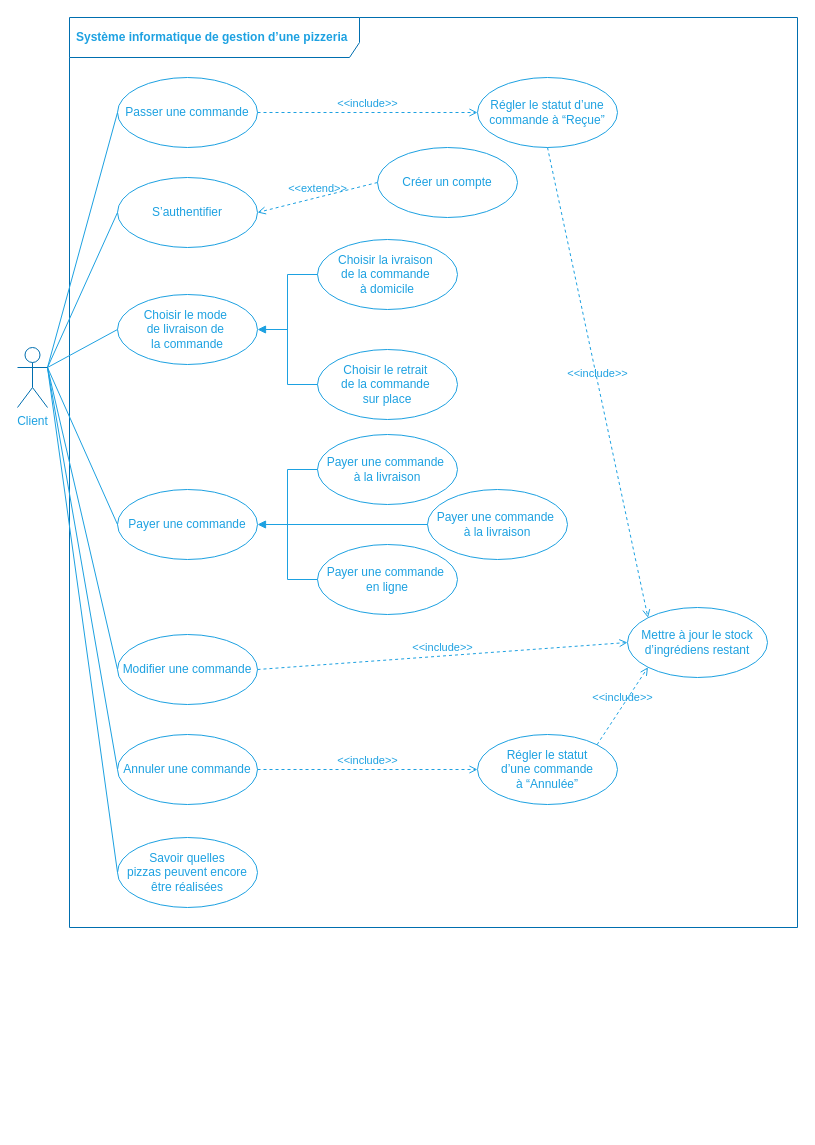
Before: img/figure_use-case-diagram-customer.dio in centvingt/OCPizzaRedaction, a draw.io diagram. Source tidied: cells renumbered, new cells numbered last; positions are measured from the earlier drawing's top-left corner, leaving out a move shared by most shapes. Both pictures are drawn from the tidied source at 100%, with x=0, y=0 at pixel (17, 17).
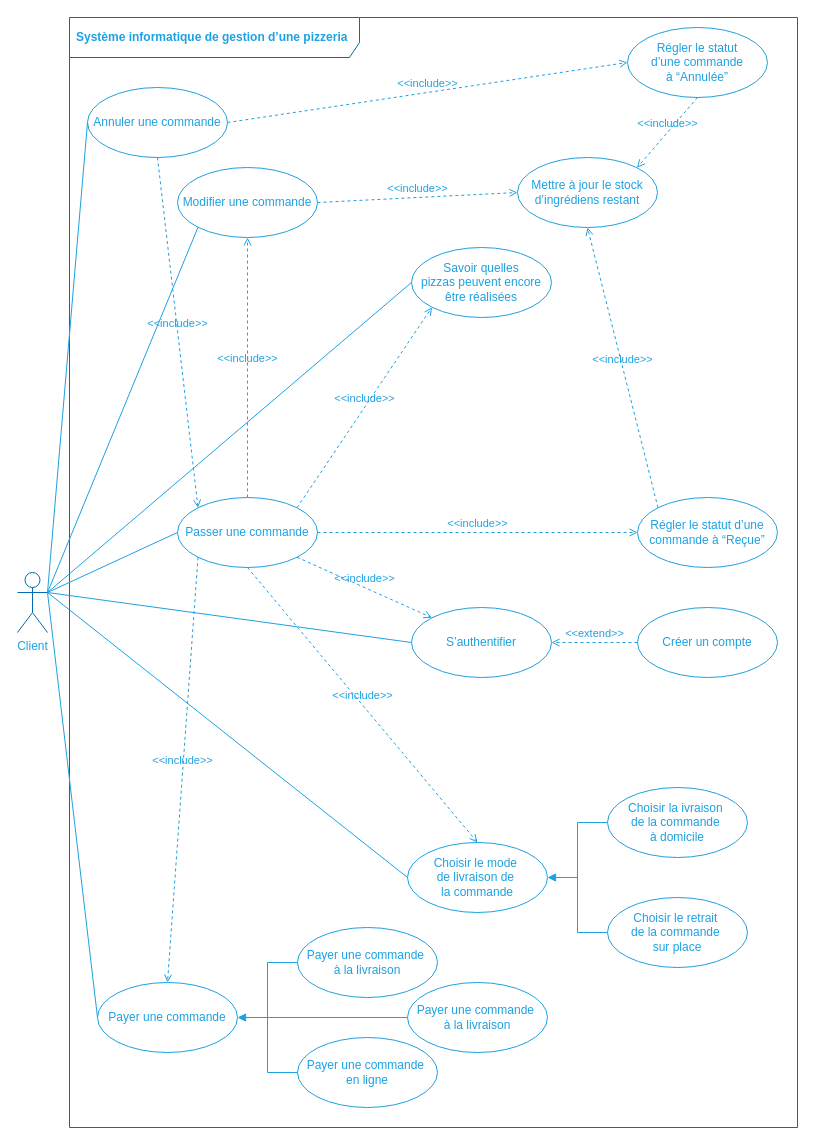
The same diagram, later.

The change refers to these unchanged cells:
```xml
<mxCell id="17" value="&lt;span style=&quot;color: rgb(29 , 161 , 225)&quot;&gt;Choisir le mode&amp;nbsp;&lt;/span&gt;&lt;br style=&quot;color: rgb(29 , 161 , 225)&quot;&gt;&lt;span style=&quot;color: rgb(29 , 161 , 225)&quot;&gt;de livraison de&amp;nbsp;&lt;/span&gt;&lt;br style=&quot;color: rgb(29 , 161 , 225)&quot;&gt;&lt;span style=&quot;color: rgb(29 , 161 , 225)&quot;&gt;la commande&lt;/span&gt;" style="ellipse;whiteSpace=wrap;html=1;fillColor=none;strokeColor=#1DA1E1;" parent="16" vertex="1">
  <mxGeometry y="55" width="140" height="70" as="geometry" />
</mxCell>
<mxCell id="34" value="&lt;font color=&quot;#1da1e1&quot;&gt;Payer une commande&lt;/font&gt;" style="ellipse;whiteSpace=wrap;html=1;fillColor=none;strokeColor=#1DA1E1;" parent="33" vertex="1">
  <mxGeometry y="55" width="140" height="70" as="geometry" />
</mxCell>
```

The edit, as a diff of the source:
```diff
@@
     <mxCell id="2" value="&lt;font color=&quot;#1da1e1&quot;&gt;Système informatique de gestion d’une pizzeria&lt;/font&gt;" style="shape=umlFrame;whiteSpace=wrap;html=1;width=290;height=40;boundedLbl=1;verticalAlign=middle;align=left;spacingLeft=5;strokeColor=#006EAF;fontColor=#ffffff;fillColor=none;fontStyle=1;" parent="1" vertex="1">
-      <mxGeometry x="52" width="728" height="910" as="geometry" />
+      <mxGeometry x="52" width="728" height="1110" as="geometry" />
     </mxCell>
     <mxCell id="3" value="&lt;font color=&quot;#1da1e1&quot;&gt;Mettre à jour le stock d’ingrédiens restant&lt;/font&gt;" style="ellipse;whiteSpace=wrap;html=1;fillColor=none;strokeColor=#1DA1E1;" parent="1" vertex="1">
-      <mxGeometry x="610" y="590" width="140" height="70" as="geometry" />
+      <mxGeometry x="500" y="140" width="140" height="70" as="geometry" />
     </mxCell>
     <mxCell id="4" value="&lt;font color=&quot;#1da1e1&quot;&gt;Régler le statut d’une commande à “Reçue”&lt;/font&gt;" style="ellipse;whiteSpace=wrap;html=1;fillColor=none;strokeColor=#1DA1E1;" parent="1" vertex="1">
-      <mxGeometry x="460" y="60" width="140" height="70" as="geometry" />
+      <mxGeometry x="620" y="480" width="140" height="70" as="geometry" />
     </mxCell>
-    <mxCell id="5" style="edgeStyle=none;rounded=0;jettySize=auto;html=1;exitX=0;exitY=0.5;exitDx=0;exitDy=0;entryX=1;entryY=0.3333333333333333;entryDx=0;entryDy=0;entryPerimeter=0;endArrow=none;endFill=0;strokeColor=#1DA1E1;" parent="1" edge="1" source="6" target="41">
+    <mxCell id="5" style="edgeStyle=none;rounded=0;jettySize=auto;html=1;exitX=0;exitY=1;exitDx=0;exitDy=0;entryX=1;entryY=0.3333333333333333;entryDx=0;entryDy=0;entryPerimeter=0;endArrow=none;endFill=0;strokeColor=#1DA1E1;" parent="1" edge="1" source="6" target="41">
       <mxGeometry relative="1" as="geometry" />
     </mxCell>
     <mxCell id="6" value="&lt;font color=&quot;#1da1e1&quot;&gt;Modifier une commande&lt;/font&gt;" style="ellipse;whiteSpace=wrap;html=1;fillColor=none;strokeColor=#1DA1E1;" parent="1" vertex="1">
-      <mxGeometry x="100" y="617" width="140" height="70" as="geometry" />
+      <mxGeometry x="160" y="150" width="140" height="70" as="geometry" />
     </mxCell>
@@
     <mxCell id="8" value="&lt;font color=&quot;#1da1e1&quot;&gt;Annuler une commande&lt;/font&gt;" style="ellipse;whiteSpace=wrap;html=1;fillColor=none;strokeColor=#1DA1E1;" parent="1" vertex="1">
-      <mxGeometry x="100" y="717" width="140" height="70" as="geometry" />
+      <mxGeometry x="70" y="70" width="140" height="70" as="geometry" />
     </mxCell>
@@
     <mxCell id="10" value="&lt;font color=&quot;#1da1e1&quot;&gt;Passer une commande&lt;/font&gt;" style="ellipse;whiteSpace=wrap;html=1;fillColor=none;strokeColor=#1DA1E1;" parent="1" vertex="1">
-      <mxGeometry x="100" y="60" width="140" height="70" as="geometry" />
+      <mxGeometry x="160" y="480" width="140" height="70" as="geometry" />
     </mxCell>
@@
-    <mxCell id="14" value="&lt;font color=&quot;#1da1e1&quot;&gt;&amp;lt;&amp;lt;include&amp;gt;&amp;gt;&lt;/font&gt;" style="html=1;verticalAlign=bottom;labelBackgroundColor=none;endArrow=open;endFill=0;dashed=1;strokeColor=#1DA1E1;exitX=0.5;exitY=1;exitDx=0;exitDy=0;entryX=0;entryY=0;entryDx=0;entryDy=0;" parent="1" edge="1" source="4" target="3">
+    <mxCell id="14" value="&lt;font color=&quot;#1da1e1&quot;&gt;&amp;lt;&amp;lt;include&amp;gt;&amp;gt;&lt;/font&gt;" style="html=1;verticalAlign=bottom;labelBackgroundColor=none;endArrow=open;endFill=0;dashed=1;strokeColor=#1DA1E1;exitX=0;exitY=0;exitDx=0;exitDy=0;entryX=0.5;entryY=1;entryDx=0;entryDy=0;" parent="1" edge="1" source="4" target="3">
       <mxGeometry relative="1" as="geometry" />
     </mxCell>
@@
     <mxCell id="16" style="group;" parent="1" vertex="1">
-      <mxGeometry x="100" y="222" width="340" height="180" as="geometry" />
+      <mxGeometry x="390" y="770" width="340" height="180" as="geometry" />
     </mxCell>
@@
     <mxCell id="23" value="&lt;font color=&quot;#1da1e1&quot;&gt;Régler le statut &lt;br&gt;d’une commande &lt;br&gt;à “Annulée”&lt;/font&gt;" style="ellipse;whiteSpace=wrap;html=1;fillColor=none;strokeColor=#1DA1E1;" parent="1" vertex="1">
-      <mxGeometry x="460" y="717" width="140" height="70" as="geometry" />
+      <mxGeometry x="610" y="10" width="140" height="70" as="geometry" />
     </mxCell>
@@
-    <mxCell id="25" value="&lt;font color=&quot;#1da1e1&quot;&gt;&amp;lt;&amp;lt;include&amp;gt;&amp;gt;&lt;/font&gt;" style="html=1;verticalAlign=bottom;labelBackgroundColor=none;endArrow=open;endFill=0;dashed=1;strokeColor=#1DA1E1;exitX=1;exitY=0;exitDx=0;exitDy=0;entryX=0;entryY=1;entryDx=0;entryDy=0;" parent="1" edge="1" source="23" target="3">
+    <mxCell id="25" value="&lt;font color=&quot;#1da1e1&quot;&gt;&amp;lt;&amp;lt;include&amp;gt;&amp;gt;&lt;/font&gt;" style="html=1;verticalAlign=bottom;labelBackgroundColor=none;endArrow=open;endFill=0;dashed=1;strokeColor=#1DA1E1;exitX=0.5;exitY=1;exitDx=0;exitDy=0;entryX=1;entryY=0;entryDx=0;entryDy=0;" parent="1" edge="1" source="23" target="3">
       <mxGeometry relative="1" as="geometry" />
     </mxCell>
@@
     <mxCell id="27" value="&lt;font color=&quot;#1da1e1&quot;&gt;Créer un compte&lt;/font&gt;" style="ellipse;whiteSpace=wrap;html=1;fillColor=none;strokeColor=#1DA1E1;" parent="1" vertex="1">
-      <mxGeometry x="360" y="130" width="140" height="70" as="geometry" />
+      <mxGeometry x="620" y="590" width="140" height="70" as="geometry" />
     </mxCell>
@@
     <mxCell id="29" value="&lt;font color=&quot;#1da1e1&quot;&gt;S’authentifier&lt;/font&gt;" style="ellipse;whiteSpace=wrap;html=1;fillColor=none;strokeColor=#1DA1E1;" parent="1" vertex="1">
-      <mxGeometry x="100" y="160" width="140" height="70" as="geometry" />
+      <mxGeometry x="394" y="590" width="140" height="70" as="geometry" />
     </mxCell>
@@
     <mxCell id="32" value="&lt;font color=&quot;#1da1e1&quot;&gt;Savoir quelles &lt;br&gt;pizzas peuvent encore être réalisées&lt;br&gt;&lt;/font&gt;" style="ellipse;whiteSpace=wrap;html=1;fillColor=none;strokeColor=#1DA1E1;" parent="1" vertex="1">
-      <mxGeometry x="100" y="820" width="140" height="70" as="geometry" />
+      <mxGeometry x="394" y="230" width="140" height="70" as="geometry" />
     </mxCell>
     <mxCell id="33" style="group;" parent="1" vertex="1">
-      <mxGeometry x="100" y="417" width="450" height="180" as="geometry" />
+      <mxGeometry x="80" y="910" width="450" height="180" as="geometry" />
     </mxCell>
@@
+    <mxCell id="42" value="&lt;font color=&quot;#1da1e1&quot;&gt;&amp;lt;&amp;lt;include&amp;gt;&amp;gt;&lt;/font&gt;" style="html=1;verticalAlign=bottom;labelBackgroundColor=none;endArrow=open;endFill=0;dashed=1;strokeColor=#1DA1E1;exitX=1;exitY=1;exitDx=0;exitDy=0;entryX=0;entryY=0;entryDx=0;entryDy=0;" parent="1" edge="1" source="10" target="29">
+      <mxGeometry relative="1" as="geometry" />
+    </mxCell>
+    <mxCell id="43" value="&lt;font color=&quot;#1da1e1&quot;&gt;&amp;lt;&amp;lt;include&amp;gt;&amp;gt;&lt;/font&gt;" style="html=1;verticalAlign=bottom;labelBackgroundColor=none;endArrow=open;endFill=0;dashed=1;strokeColor=#1DA1E1;exitX=0.5;exitY=1;exitDx=0;exitDy=0;entryX=0.5;entryY=0;entryDx=0;entryDy=0;" parent="1" edge="1" source="10" target="17">
+      <mxGeometry relative="1" as="geometry" />
+    </mxCell>
+    <mxCell id="44" value="&lt;font color=&quot;#1da1e1&quot;&gt;&amp;lt;&amp;lt;include&amp;gt;&amp;gt;&lt;/font&gt;" style="html=1;verticalAlign=bottom;labelBackgroundColor=none;endArrow=open;endFill=0;dashed=1;strokeColor=#1DA1E1;exitX=0;exitY=1;exitDx=0;exitDy=0;entryX=0.5;entryY=0;entryDx=0;entryDy=0;" parent="1" edge="1" source="10" target="34">
+      <mxGeometry relative="1" as="geometry" />
+    </mxCell>
+    <mxCell id="45" value="&lt;font color=&quot;#1da1e1&quot;&gt;&amp;lt;&amp;lt;include&amp;gt;&amp;gt;&lt;/font&gt;" style="html=1;verticalAlign=bottom;labelBackgroundColor=none;endArrow=open;endFill=0;dashed=1;strokeColor=#1DA1E1;exitX=1;exitY=0;exitDx=0;exitDy=0;entryX=0;entryY=1;entryDx=0;entryDy=0;" parent="1" edge="1" source="10" target="32">
+      <mxGeometry relative="1" as="geometry" />
+    </mxCell>
+    <mxCell id="46" value="&lt;font color=&quot;#1da1e1&quot;&gt;&amp;lt;&amp;lt;include&amp;gt;&amp;gt;&lt;/font&gt;" style="html=1;verticalAlign=bottom;labelBackgroundColor=none;endArrow=open;endFill=0;dashed=1;strokeColor=#1DA1E1;exitX=0.5;exitY=1;exitDx=0;exitDy=0;entryX=0;entryY=0;entryDx=0;entryDy=0;" parent="1" edge="1" source="8" target="10">
+      <mxGeometry relative="1" as="geometry" />
+    </mxCell>
+    <mxCell id="47" value="&lt;font color=&quot;#1da1e1&quot;&gt;&amp;lt;&amp;lt;include&amp;gt;&amp;gt;&lt;/font&gt;" style="html=1;verticalAlign=bottom;labelBackgroundColor=none;endArrow=open;endFill=0;dashed=1;strokeColor=#1DA1E1;exitX=0.5;exitY=0;exitDx=0;exitDy=0;entryX=0.5;entryY=1;entryDx=0;entryDy=0;" parent="1" edge="1" source="10" target="6">
+      <mxGeometry relative="1" as="geometry" />
+    </mxCell>
@@
     <mxCell id="41" value="&lt;font color=&quot;#1da1e1&quot;&gt;Client&lt;/font&gt;" style="shape=umlActor;verticalLabelPosition=bottom;verticalAlign=top;html=1;strokeColor=#006EAF;fontColor=#ffffff;fillColor=none;" parent="40" vertex="1">
-      <mxGeometry y="330" width="30" height="60" as="geometry" />
+      <mxGeometry y="555" width="30" height="60" as="geometry" />
     </mxCell>
```
